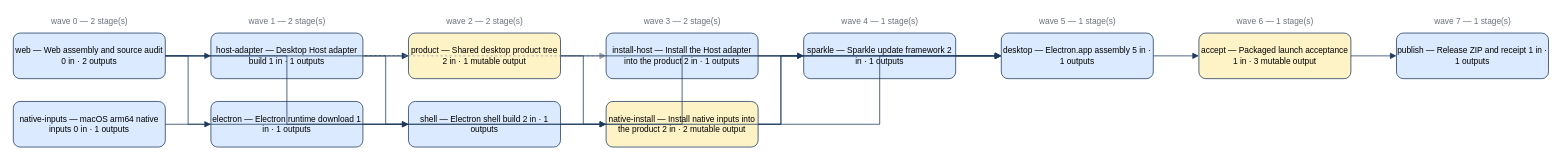
ECNU/EduWork keeps this draw.io diagram as docs/assets/build-pipeline-macos.drawio. Above is the earlier version. Source tidied: cells renumbered, new cells numbered last; positions are measured from the earlier drawing's top-left corner, leaving out a move shared by most shapes. Both pictures are drawn from the tidied source at 76%, with x=0, y=0 at pixel (13, 13).
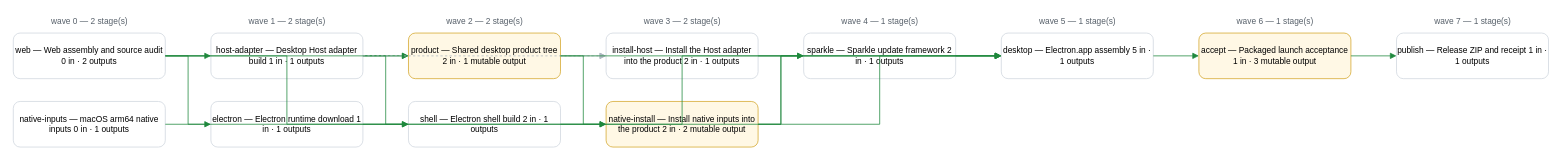
After the change.

Commit message (it also covers changes not shown here):
Render the pipeline diagrams as GitHub-Actions-style SVG

Change to the diagram source:
```diff
@@
-    <mxCell id="2" value="wave 0 — 2 stage(s)" style="text;html=1;align=center;verticalAlign=middle;fontSize=11;fontColor=#6b7280;" parent="1" vertex="1">
+    <mxCell id="2" value="wave 0 — 2 stage(s)" style="text;html=1;align=center;verticalAlign=middle;fontSize=11;fontColor=#57606a;" parent="1" vertex="1">
       <mxGeometry width="200" height="20" as="geometry" />
     </mxCell>
-    <mxCell id="3" value="wave 1 — 2 stage(s)" style="text;html=1;align=center;verticalAlign=middle;fontSize=11;fontColor=#6b7280;" parent="1" vertex="1">
+    <mxCell id="3" value="wave 1 — 2 stage(s)" style="text;html=1;align=center;verticalAlign=middle;fontSize=11;fontColor=#57606a;" parent="1" vertex="1">
       <mxGeometry x="260" width="200" height="20" as="geometry" />
     </mxCell>
-    <mxCell id="4" value="wave 2 — 2 stage(s)" style="text;html=1;align=center;verticalAlign=middle;fontSize=11;fontColor=#6b7280;" parent="1" vertex="1">
+    <mxCell id="4" value="wave 2 — 2 stage(s)" style="text;html=1;align=center;verticalAlign=middle;fontSize=11;fontColor=#57606a;" parent="1" vertex="1">
       <mxGeometry x="520" width="200" height="20" as="geometry" />
     </mxCell>
-    <mxCell id="5" value="wave 3 — 2 stage(s)" style="text;html=1;align=center;verticalAlign=middle;fontSize=11;fontColor=#6b7280;" parent="1" vertex="1">
+    <mxCell id="5" value="wave 3 — 2 stage(s)" style="text;html=1;align=center;verticalAlign=middle;fontSize=11;fontColor=#57606a;" parent="1" vertex="1">
       <mxGeometry x="780" width="200" height="20" as="geometry" />
     </mxCell>
-    <mxCell id="6" value="wave 4 — 1 stage(s)" style="text;html=1;align=center;verticalAlign=middle;fontSize=11;fontColor=#6b7280;" parent="1" vertex="1">
+    <mxCell id="6" value="wave 4 — 1 stage(s)" style="text;html=1;align=center;verticalAlign=middle;fontSize=11;fontColor=#57606a;" parent="1" vertex="1">
       <mxGeometry x="1040" width="200" height="20" as="geometry" />
     </mxCell>
-    <mxCell id="7" value="wave 5 — 1 stage(s)" style="text;html=1;align=center;verticalAlign=middle;fontSize=11;fontColor=#6b7280;" parent="1" vertex="1">
+    <mxCell id="7" value="wave 5 — 1 stage(s)" style="text;html=1;align=center;verticalAlign=middle;fontSize=11;fontColor=#57606a;" parent="1" vertex="1">
       <mxGeometry x="1300" width="200" height="20" as="geometry" />
     </mxCell>
-    <mxCell id="8" value="wave 6 — 1 stage(s)" style="text;html=1;align=center;verticalAlign=middle;fontSize=11;fontColor=#6b7280;" parent="1" vertex="1">
+    <mxCell id="8" value="wave 6 — 1 stage(s)" style="text;html=1;align=center;verticalAlign=middle;fontSize=11;fontColor=#57606a;" parent="1" vertex="1">
       <mxGeometry x="1560" width="200" height="20" as="geometry" />
     </mxCell>
-    <mxCell id="9" value="wave 7 — 1 stage(s)" style="text;html=1;align=center;verticalAlign=middle;fontSize=11;fontColor=#6b7280;" parent="1" vertex="1">
+    <mxCell id="9" value="wave 7 — 1 stage(s)" style="text;html=1;align=center;verticalAlign=middle;fontSize=11;fontColor=#57606a;" parent="1" vertex="1">
       <mxGeometry x="1820" width="200" height="20" as="geometry" />
     </mxCell>
-    <mxCell id="10" value="web — Web assembly and source audit 0 in · 2 outputs" style="rounded=1;whiteSpace=wrap;html=1;fillColor=#dbeafe;strokeColor=#1e3a5f;fontSize=11;" parent="1" vertex="1">
+    <mxCell id="10" value="web — Web assembly and source audit 0 in · 2 outputs" style="rounded=1;whiteSpace=wrap;html=1;fillColor=#ffffff;strokeColor=#d0d7de;fontSize=11;" parent="1" vertex="1">
       <mxGeometry y="26" width="200" height="60" as="geometry" />
     </mxCell>
-    <mxCell id="11" value="host-adapter — Desktop Host adapter build 1 in · 1 outputs" style="rounded=1;whiteSpace=wrap;html=1;fillColor=#dbeafe;strokeColor=#1e3a5f;fontSize=11;" parent="1" vertex="1">
+    <mxCell id="11" value="host-adapter — Desktop Host adapter build 1 in · 1 outputs" style="rounded=1;whiteSpace=wrap;html=1;fillColor=#ffffff;strokeColor=#d0d7de;fontSize=11;" parent="1" vertex="1">
       <mxGeometry x="260" y="26" width="200" height="60" as="geometry" />
     </mxCell>
-    <mxCell id="12" value="product — Shared desktop product tree 2 in · 1 mutable output" style="rounded=1;whiteSpace=wrap;html=1;fillColor=#fef3c7;strokeColor=#1e3a5f;fontSize=11;" parent="1" vertex="1">
+    <mxCell id="12" value="product — Shared desktop product tree 2 in · 1 mutable output" style="rounded=1;whiteSpace=wrap;html=1;fillColor=#fff8e5;strokeColor=#d4a72c;fontSize=11;" parent="1" vertex="1">
       <mxGeometry x="520" y="26" width="200" height="60" as="geometry" />
     </mxCell>
-    <mxCell id="13" value="electron — Electron runtime download 1 in · 1 outputs" style="rounded=1;whiteSpace=wrap;html=1;fillColor=#dbeafe;strokeColor=#1e3a5f;fontSize=11;" parent="1" vertex="1">
+    <mxCell id="13" value="electron — Electron runtime download 1 in · 1 outputs" style="rounded=1;whiteSpace=wrap;html=1;fillColor=#ffffff;strokeColor=#d0d7de;fontSize=11;" parent="1" vertex="1">
       <mxGeometry x="260" y="116" width="200" height="60" as="geometry" />
     </mxCell>
-    <mxCell id="14" value="shell — Electron shell build 2 in · 1 outputs" style="rounded=1;whiteSpace=wrap;html=1;fillColor=#dbeafe;strokeColor=#1e3a5f;fontSize=11;" parent="1" vertex="1">
+    <mxCell id="14" value="shell — Electron shell build 2 in · 1 outputs" style="rounded=1;whiteSpace=wrap;html=1;fillColor=#ffffff;strokeColor=#d0d7de;fontSize=11;" parent="1" vertex="1">
       <mxGeometry x="520" y="116" width="200" height="60" as="geometry" />
     </mxCell>
-    <mxCell id="15" value="install-host — Install the Host adapter into the product 2 in · 1 outputs" style="rounded=1;whiteSpace=wrap;html=1;fillColor=#dbeafe;strokeColor=#1e3a5f;fontSize=11;" parent="1" vertex="1">
+    <mxCell id="15" value="install-host — Install the Host adapter into the product 2 in · 1 outputs" style="rounded=1;whiteSpace=wrap;html=1;fillColor=#ffffff;strokeColor=#d0d7de;fontSize=11;" parent="1" vertex="1">
       <mxGeometry x="780" y="26" width="200" height="60" as="geometry" />
     </mxCell>
-    <mxCell id="16" value="native-inputs — macOS arm64 native inputs 0 in · 1 outputs" style="rounded=1;whiteSpace=wrap;html=1;fillColor=#dbeafe;strokeColor=#1e3a5f;fontSize=11;" parent="1" vertex="1">
+    <mxCell id="16" value="native-inputs — macOS arm64 native inputs 0 in · 1 outputs" style="rounded=1;whiteSpace=wrap;html=1;fillColor=#ffffff;strokeColor=#d0d7de;fontSize=11;" parent="1" vertex="1">
       <mxGeometry y="116" width="200" height="60" as="geometry" />
     </mxCell>
-    <mxCell id="17" value="native-install — Install native inputs into the product 2 in · 2 mutable output" style="rounded=1;whiteSpace=wrap;html=1;fillColor=#fef3c7;strokeColor=#1e3a5f;fontSize=11;" parent="1" vertex="1">
+    <mxCell id="17" value="native-install — Install native inputs into the product 2 in · 2 mutable output" style="rounded=1;whiteSpace=wrap;html=1;fillColor=#fff8e5;strokeColor=#d4a72c;fontSize=11;" parent="1" vertex="1">
       <mxGeometry x="780" y="116" width="200" height="60" as="geometry" />
     </mxCell>
-    <mxCell id="18" value="sparkle — Sparkle update framework 2 in · 1 outputs" style="rounded=1;whiteSpace=wrap;html=1;fillColor=#dbeafe;strokeColor=#1e3a5f;fontSize=11;" parent="1" vertex="1">
+    <mxCell id="18" value="sparkle — Sparkle update framework 2 in · 1 outputs" style="rounded=1;whiteSpace=wrap;html=1;fillColor=#ffffff;strokeColor=#d0d7de;fontSize=11;" parent="1" vertex="1">
       <mxGeometry x="1040" y="26" width="200" height="60" as="geometry" />
     </mxCell>
-    <mxCell id="19" value="desktop — Electron.app assembly 5 in · 1 outputs" style="rounded=1;whiteSpace=wrap;html=1;fillColor=#dbeafe;strokeColor=#1e3a5f;fontSize=11;" parent="1" vertex="1">
+    <mxCell id="19" value="desktop — Electron.app assembly 5 in · 1 outputs" style="rounded=1;whiteSpace=wrap;html=1;fillColor=#ffffff;strokeColor=#d0d7de;fontSize=11;" parent="1" vertex="1">
       <mxGeometry x="1300" y="26" width="200" height="60" as="geometry" />
     </mxCell>
-    <mxCell id="20" value="accept — Packaged launch acceptance 1 in · 3 mutable output" style="rounded=1;whiteSpace=wrap;html=1;fillColor=#fef3c7;strokeColor=#1e3a5f;fontSize=11;" parent="1" vertex="1">
+    <mxCell id="20" value="accept — Packaged launch acceptance 1 in · 3 mutable output" style="rounded=1;whiteSpace=wrap;html=1;fillColor=#fff8e5;strokeColor=#d4a72c;fontSize=11;" parent="1" vertex="1">
       <mxGeometry x="1560" y="26" width="200" height="60" as="geometry" />
     </mxCell>
-    <mxCell id="21" value="publish — Release ZIP and receipt 1 in · 1 outputs" style="rounded=1;whiteSpace=wrap;html=1;fillColor=#dbeafe;strokeColor=#1e3a5f;fontSize=11;" parent="1" vertex="1">
+    <mxCell id="21" value="publish — Release ZIP and receipt 1 in · 1 outputs" style="rounded=1;whiteSpace=wrap;html=1;fillColor=#ffffff;strokeColor=#d0d7de;fontSize=11;" parent="1" vertex="1">
       <mxGeometry x="1820" y="26" width="200" height="60" as="geometry" />
     </mxCell>
-    <mxCell id="22" style="edgeStyle=orthogonalEdgeStyle;rounded=0;html=1;strokeColor=#1e3a5f;endArrow=block;exitX=1;exitY=0.5;entryX=0;entryY=0.5;" parent="1" edge="1" source="10" target="11">
+    <mxCell id="22" style="edgeStyle=orthogonalEdgeStyle;rounded=0;html=1;strokeColor=#1f883d;endArrow=block;exitX=1;exitY=0.5;entryX=0;entryY=0.5;" parent="1" edge="1" source="10" target="11">
       <mxGeometry relative="1" as="geometry" />
     </mxCell>
-    <mxCell id="23" style="edgeStyle=orthogonalEdgeStyle;rounded=0;html=1;strokeColor=#1e3a5f;endArrow=block;exitX=1;exitY=0.5;entryX=0;entryY=0.5;" parent="1" edge="1" source="10" target="12">
+    <mxCell id="23" style="edgeStyle=orthogonalEdgeStyle;rounded=0;html=1;strokeColor=#1f883d;endArrow=block;exitX=1;exitY=0.5;entryX=0;entryY=0.5;" parent="1" edge="1" source="10" target="12">
       <mxGeometry relative="1" as="geometry" />
     </mxCell>
-    <mxCell id="24" style="edgeStyle=orthogonalEdgeStyle;rounded=0;html=1;strokeColor=#1e3a5f;endArrow=block;exitX=1;exitY=0.5;entryX=0;entryY=0.5;" parent="1" edge="1" source="11" target="12">
+    <mxCell id="24" style="edgeStyle=orthogonalEdgeStyle;rounded=0;html=1;strokeColor=#1f883d;endArrow=block;exitX=1;exitY=0.5;entryX=0;entryY=0.5;" parent="1" edge="1" source="11" target="12">
       <mxGeometry relative="1" as="geometry" />
     </mxCell>
-    <mxCell id="25" style="edgeStyle=orthogonalEdgeStyle;rounded=0;html=1;strokeColor=#1e3a5f;endArrow=block;exitX=1;exitY=0.5;entryX=0;entryY=0.5;" parent="1" edge="1" source="10" target="13">
+    <mxCell id="25" style="edgeStyle=orthogonalEdgeStyle;rounded=0;html=1;strokeColor=#1f883d;endArrow=block;exitX=1;exitY=0.5;entryX=0;entryY=0.5;" parent="1" edge="1" source="10" target="13">
       <mxGeometry relative="1" as="geometry" />
     </mxCell>
-    <mxCell id="26" style="edgeStyle=orthogonalEdgeStyle;rounded=0;html=1;strokeColor=#1e3a5f;endArrow=block;exitX=1;exitY=0.5;entryX=0;entryY=0.5;" parent="1" edge="1" source="10" target="14">
+    <mxCell id="26" style="edgeStyle=orthogonalEdgeStyle;rounded=0;html=1;strokeColor=#1f883d;endArrow=block;exitX=1;exitY=0.5;entryX=0;entryY=0.5;" parent="1" edge="1" source="10" target="14">
       <mxGeometry relative="1" as="geometry" />
     </mxCell>
-    <mxCell id="27" style="edgeStyle=orthogonalEdgeStyle;rounded=0;html=1;strokeColor=#1e3a5f;endArrow=block;exitX=1;exitY=0.5;entryX=0;entryY=0.5;" parent="1" edge="1" source="11" target="14">
+    <mxCell id="27" style="edgeStyle=orthogonalEdgeStyle;rounded=0;html=1;strokeColor=#1f883d;endArrow=block;exitX=1;exitY=0.5;entryX=0;entryY=0.5;" parent="1" edge="1" source="11" target="14">
       <mxGeometry relative="1" as="geometry" />
     </mxCell>
-    <mxCell id="28" style="edgeStyle=orthogonalEdgeStyle;rounded=0;html=1;dashed=1;strokeColor=#9ca3af;endArrow=block;exitX=1;exitY=0.5;entryX=0;entryY=0.5;" parent="1" edge="1" source="12" target="15">
+    <mxCell id="28" style="edgeStyle=orthogonalEdgeStyle;rounded=0;html=1;dashed=1;strokeColor=#afb8c1;endArrow=block;exitX=1;exitY=0.5;entryX=0;entryY=0.5;" parent="1" edge="1" source="12" target="15">
       <mxGeometry relative="1" as="geometry" />
     </mxCell>
-    <mxCell id="29" style="edgeStyle=orthogonalEdgeStyle;rounded=0;html=1;dashed=1;strokeColor=#9ca3af;endArrow=block;exitX=1;exitY=0.5;entryX=0;entryY=0.5;" parent="1" edge="1" source="11" target="15">
+    <mxCell id="29" style="edgeStyle=orthogonalEdgeStyle;rounded=0;html=1;dashed=1;strokeColor=#afb8c1;endArrow=block;exitX=1;exitY=0.5;entryX=0;entryY=0.5;" parent="1" edge="1" source="11" target="15">
       <mxGeometry relative="1" as="geometry" />
     </mxCell>
-    <mxCell id="30" style="edgeStyle=orthogonalEdgeStyle;rounded=0;html=1;strokeColor=#1e3a5f;endArrow=block;exitX=1;exitY=0.5;entryX=0;entryY=0.5;" parent="1" edge="1" source="12" target="17">
+    <mxCell id="30" style="edgeStyle=orthogonalEdgeStyle;rounded=0;html=1;strokeColor=#1f883d;endArrow=block;exitX=1;exitY=0.5;entryX=0;entryY=0.5;" parent="1" edge="1" source="12" target="17">
       <mxGeometry relative="1" as="geometry" />
     </mxCell>
-    <mxCell id="31" style="edgeStyle=orthogonalEdgeStyle;rounded=0;html=1;strokeColor=#1e3a5f;endArrow=block;exitX=1;exitY=0.5;entryX=0;entryY=0.5;" parent="1" edge="1" source="16" target="17">
+    <mxCell id="31" style="edgeStyle=orthogonalEdgeStyle;rounded=0;html=1;strokeColor=#1f883d;endArrow=block;exitX=1;exitY=0.5;entryX=0;entryY=0.5;" parent="1" edge="1" source="16" target="17">
       <mxGeometry relative="1" as="geometry" />
     </mxCell>
-    <mxCell id="32" style="edgeStyle=orthogonalEdgeStyle;rounded=0;html=1;strokeColor=#1e3a5f;endArrow=block;exitX=1;exitY=0.5;entryX=0;entryY=0.5;" parent="1" edge="1" source="12" target="18">
+    <mxCell id="32" style="edgeStyle=orthogonalEdgeStyle;rounded=0;html=1;strokeColor=#1f883d;endArrow=block;exitX=1;exitY=0.5;entryX=0;entryY=0.5;" parent="1" edge="1" source="12" target="18">
       <mxGeometry relative="1" as="geometry" />
     </mxCell>
-    <mxCell id="33" style="edgeStyle=orthogonalEdgeStyle;rounded=0;html=1;strokeColor=#1e3a5f;endArrow=block;exitX=1;exitY=0.5;entryX=0;entryY=0.5;" parent="1" edge="1" source="17" target="18">
+    <mxCell id="33" style="edgeStyle=orthogonalEdgeStyle;rounded=0;html=1;strokeColor=#1f883d;endArrow=block;exitX=1;exitY=0.5;entryX=0;entryY=0.5;" parent="1" edge="1" source="17" target="18">
       <mxGeometry relative="1" as="geometry" />
     </mxCell>
-    <mxCell id="34" style="edgeStyle=orthogonalEdgeStyle;rounded=0;html=1;strokeColor=#1e3a5f;endArrow=block;exitX=1;exitY=0.5;entryX=0;entryY=0.5;" parent="1" edge="1" source="14" target="19">
+    <mxCell id="34" style="edgeStyle=orthogonalEdgeStyle;rounded=0;html=1;strokeColor=#1f883d;endArrow=block;exitX=1;exitY=0.5;entryX=0;entryY=0.5;" parent="1" edge="1" source="14" target="19">
       <mxGeometry relative="1" as="geometry" />
     </mxCell>
-    <mxCell id="35" style="edgeStyle=orthogonalEdgeStyle;rounded=0;html=1;strokeColor=#1e3a5f;endArrow=block;exitX=1;exitY=0.5;entryX=0;entryY=0.5;" parent="1" edge="1" source="13" target="19">
+    <mxCell id="35" style="edgeStyle=orthogonalEdgeStyle;rounded=0;html=1;strokeColor=#1f883d;endArrow=block;exitX=1;exitY=0.5;entryX=0;entryY=0.5;" parent="1" edge="1" source="13" target="19">
       <mxGeometry relative="1" as="geometry" />
     </mxCell>
-    <mxCell id="36" style="edgeStyle=orthogonalEdgeStyle;rounded=0;html=1;strokeColor=#1e3a5f;endArrow=block;exitX=1;exitY=0.5;entryX=0;entryY=0.5;" parent="1" edge="1" source="15" target="19">
+    <mxCell id="36" style="edgeStyle=orthogonalEdgeStyle;rounded=0;html=1;strokeColor=#1f883d;endArrow=block;exitX=1;exitY=0.5;entryX=0;entryY=0.5;" parent="1" edge="1" source="15" target="19">
       <mxGeometry relative="1" as="geometry" />
     </mxCell>
-    <mxCell id="37" style="edgeStyle=orthogonalEdgeStyle;rounded=0;html=1;strokeColor=#1e3a5f;endArrow=block;exitX=1;exitY=0.5;entryX=0;entryY=0.5;" parent="1" edge="1" source="17" target="19">
+    <mxCell id="37" style="edgeStyle=orthogonalEdgeStyle;rounded=0;html=1;strokeColor=#1f883d;endArrow=block;exitX=1;exitY=0.5;entryX=0;entryY=0.5;" parent="1" edge="1" source="17" target="19">
       <mxGeometry relative="1" as="geometry" />
     </mxCell>
-    <mxCell id="38" style="edgeStyle=orthogonalEdgeStyle;rounded=0;html=1;strokeColor=#1e3a5f;endArrow=block;exitX=1;exitY=0.5;entryX=0;entryY=0.5;" parent="1" edge="1" source="18" target="19">
+    <mxCell id="38" style="edgeStyle=orthogonalEdgeStyle;rounded=0;html=1;strokeColor=#1f883d;endArrow=block;exitX=1;exitY=0.5;entryX=0;entryY=0.5;" parent="1" edge="1" source="18" target="19">
       <mxGeometry relative="1" as="geometry" />
     </mxCell>
-    <mxCell id="39" style="edgeStyle=orthogonalEdgeStyle;rounded=0;html=1;strokeColor=#1e3a5f;endArrow=block;exitX=1;exitY=0.5;entryX=0;entryY=0.5;" parent="1" edge="1" source="19" target="20">
+    <mxCell id="39" style="edgeStyle=orthogonalEdgeStyle;rounded=0;html=1;strokeColor=#1f883d;endArrow=block;exitX=1;exitY=0.5;entryX=0;entryY=0.5;" parent="1" edge="1" source="19" target="20">
       <mxGeometry relative="1" as="geometry" />
     </mxCell>
-    <mxCell id="40" style="edgeStyle=orthogonalEdgeStyle;rounded=0;html=1;strokeColor=#1e3a5f;endArrow=block;exitX=1;exitY=0.5;entryX=0;entryY=0.5;" parent="1" edge="1" source="20" target="21">
+    <mxCell id="40" style="edgeStyle=orthogonalEdgeStyle;rounded=0;html=1;strokeColor=#1f883d;endArrow=block;exitX=1;exitY=0.5;entryX=0;entryY=0.5;" parent="1" edge="1" source="20" target="21">
       <mxGeometry relative="1" as="geometry" />
     </mxCell>
```
